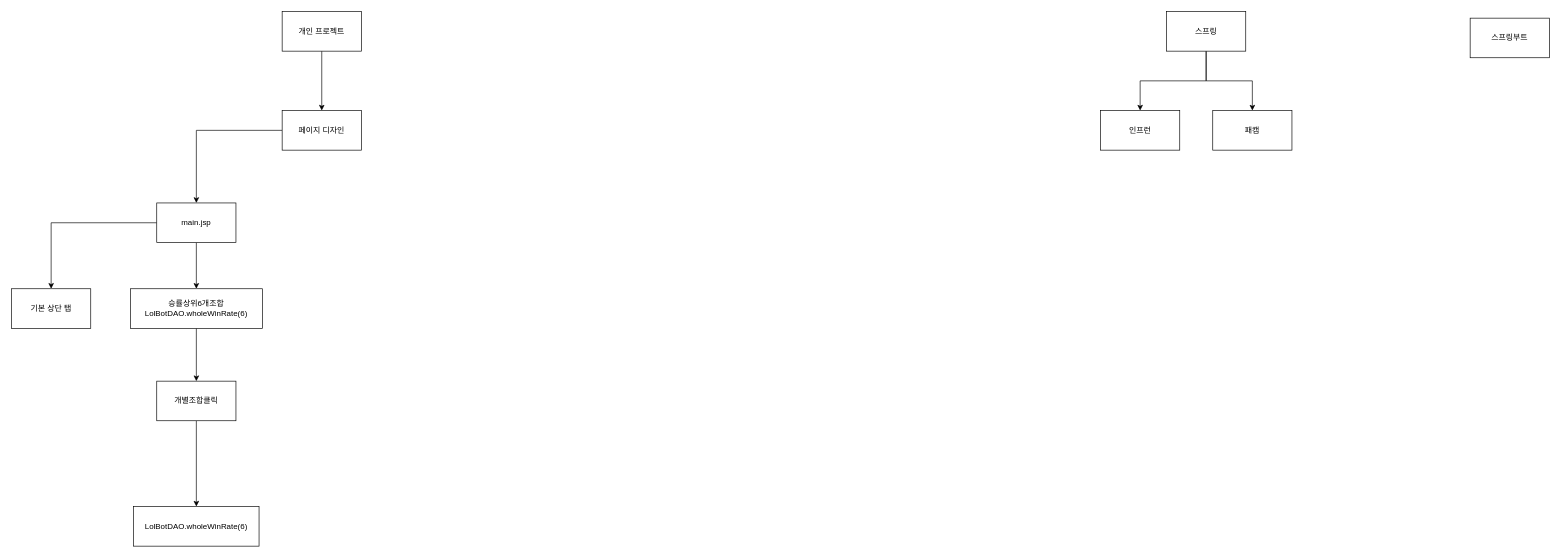
The draw.io diagram page "Page-1" (1 of 3) of Untitled Diagram.drawio in YeonwooLee/my-first-blog, before the edit. Source tidied: cells renumbered, new cells numbered last; positions are measured from the earlier drawing's top-left corner, leaving out a move shared by most shapes. Both pictures are drawn from the tidied source at 66%, with x=0, y=0 at pixel (11, 11).
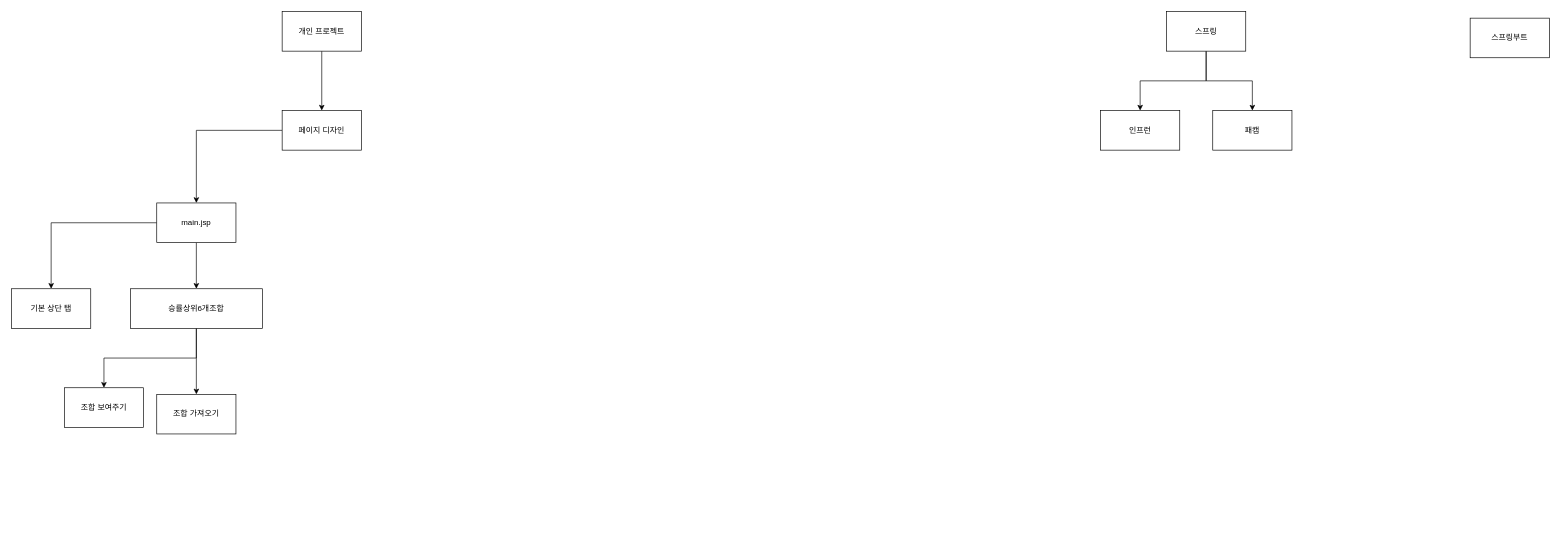
The same page after the edit.

What changed in the source:
```diff
@@
-    <mxCell id="15" style="edgeStyle=orthogonalEdgeStyle;rounded=0;jettySize=auto;html=1;exitX=0.5;exitY=1;exitDx=0;exitDy=0;" parent="1" edge="1" source="20" target="19">
-      <mxGeometry relative="1" as="geometry" />
-    </mxCell>
-    <mxCell id="16" style="edgeStyle=orthogonalEdgeStyle;rounded=0;jettySize=auto;html=1;" parent="1" edge="1" source="17" target="20">
-      <mxGeometry relative="1" as="geometry" />
-    </mxCell>
+    <mxCell id="21" style="edgeStyle=orthogonalEdgeStyle;rounded=0;jettySize=auto;html=1;" parent="1" edge="1" source="17" target="23">
+      <mxGeometry relative="1" as="geometry" />
+    </mxCell>
+    <mxCell id="22" style="edgeStyle=orthogonalEdgeStyle;rounded=0;jettySize=auto;html=1;" parent="1" edge="1" source="17" target="24">
+      <mxGeometry relative="1" as="geometry" />
+    </mxCell>
-    <mxCell id="17" value="승률상위6개조합&lt;br&gt;LolBotDAO.wholeWinRate(6)" style="whiteSpace=wrap;html=1;rounded=0;" parent="1" vertex="1">
+    <mxCell id="17" value="승률상위6개조합" style="whiteSpace=wrap;html=1;rounded=0;" parent="1" vertex="1">
       <mxGeometry x="180" y="420" width="200" height="60" as="geometry" />
     </mxCell>
@@
-    <mxCell id="19" value="LolBotDAO.wholeWinRate(6)" style="whiteSpace=wrap;html=1;rounded=0;" parent="1" vertex="1">
-      <mxGeometry x="185" y="750" width="190" height="60" as="geometry" />
-    </mxCell>
-    <mxCell id="20" value="개별조합클릭" style="whiteSpace=wrap;html=1;rounded=0;" parent="1" vertex="1">
-      <mxGeometry x="220" y="560" width="120" height="60" as="geometry" />
-    </mxCell>
+    <mxCell id="23" value="조합 가져오기" style="whiteSpace=wrap;html=1;rounded=0;" parent="1" vertex="1">
+      <mxGeometry x="220" y="580" width="120" height="60" as="geometry" />
+    </mxCell>
+    <mxCell id="24" value="조합 보여주기" style="whiteSpace=wrap;html=1;rounded=0;" parent="1" vertex="1">
+      <mxGeometry x="80" y="570" width="120" height="60" as="geometry" />
+    </mxCell>
```
